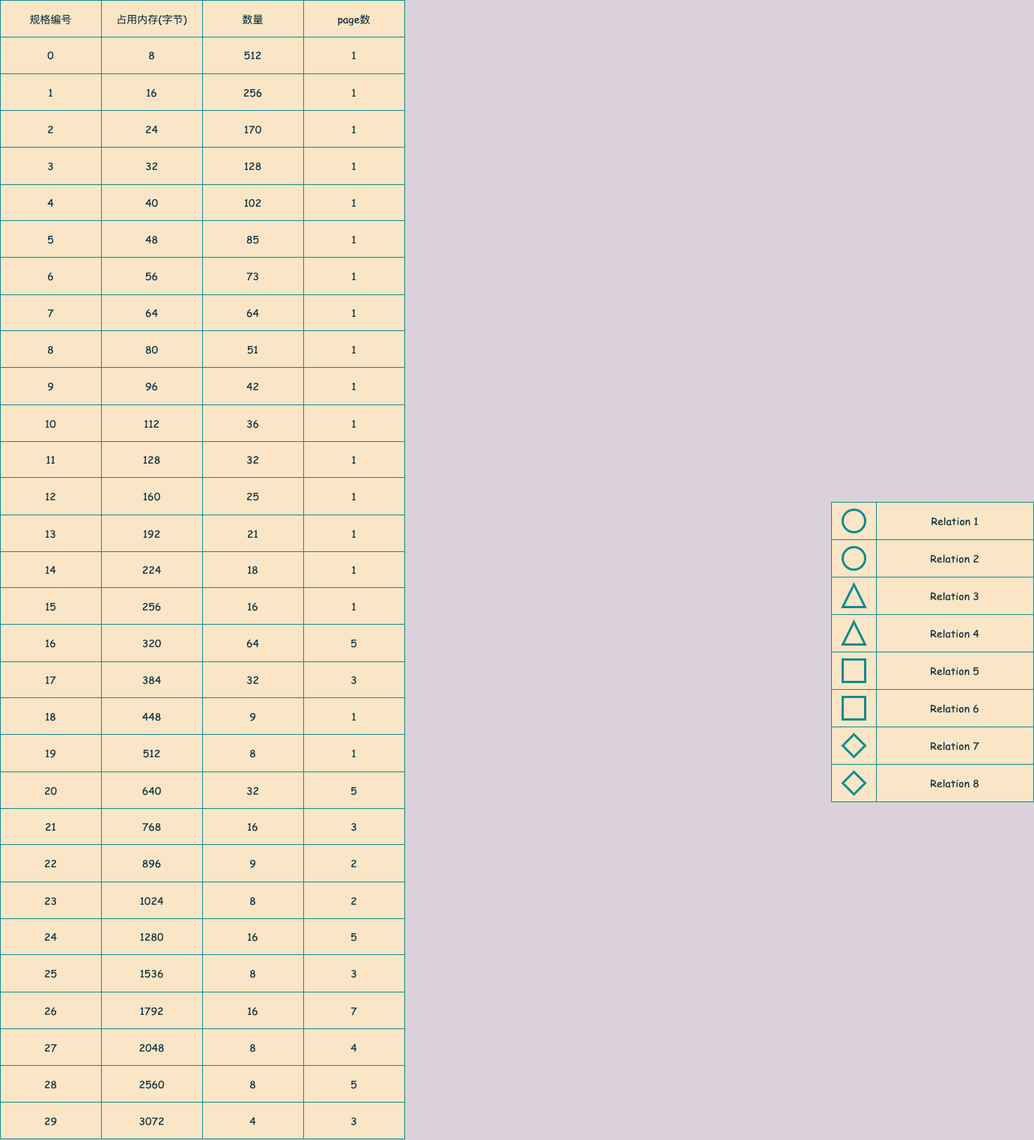
This is php-small内存规格.png from 350258655/image, a draw.io export, as it was before one commit. Source tidied: cells renumbered, new cells last; positions are measured from the earlier drawing's top-left corner, leaving out a move shared by most shapes.
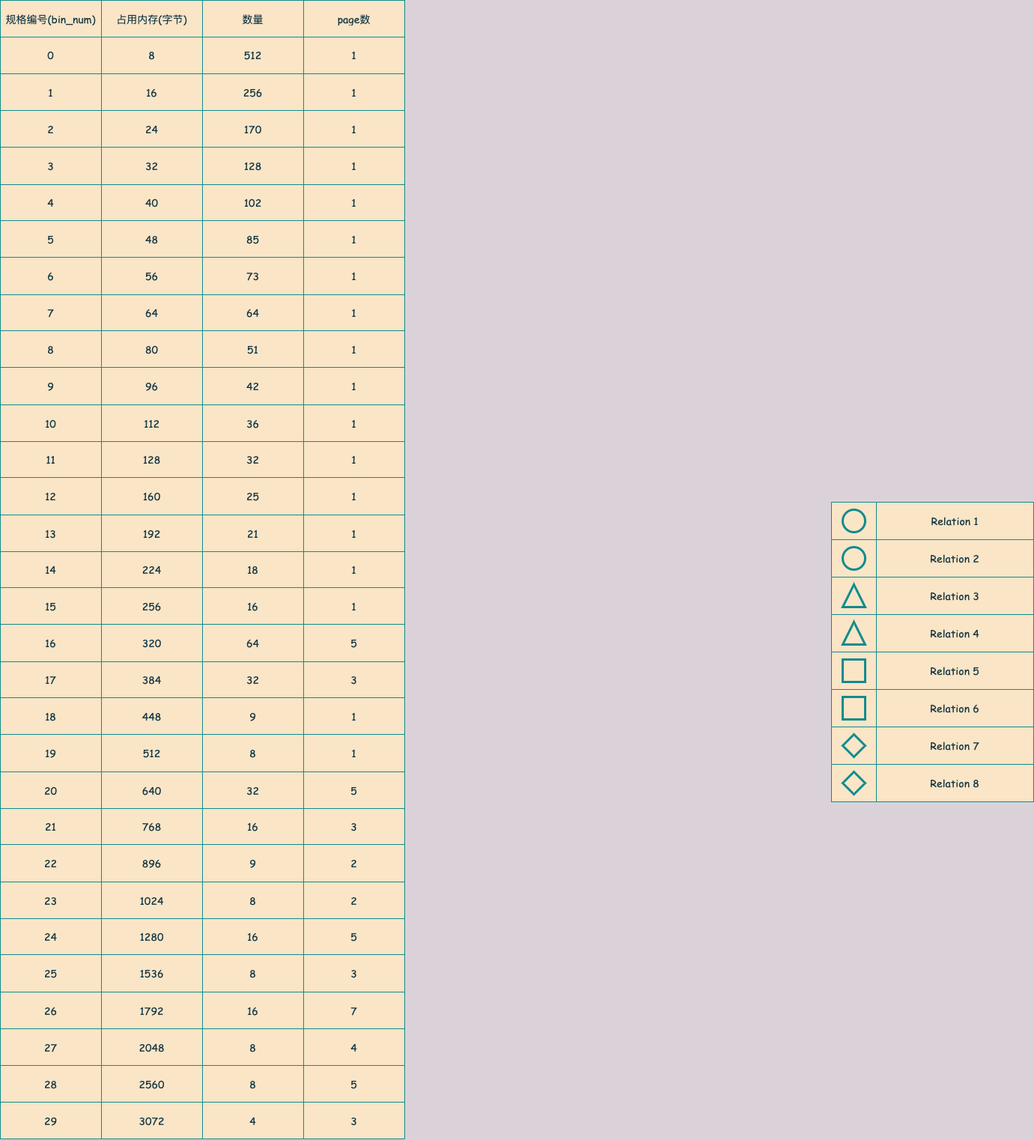
Above is the later version.

Commit message:
更新php-small内存规格.png

Change to the diagram source:
```diff
@@ -80,7 +80,7 @@
     <mxCell id="27" style="shape=partialRectangle;html=1;whiteSpace=wrap;fillColor=none;top=0;left=0;bottom=0;right=0;fontFamily=Comic Sans MS;fontColor=#143642;fontSize=14;shadow=0;sketch=0;strokeColor=#0F8B8D;" parent="26" vertex="1">
       <mxGeometry width="540" height="49" as="geometry" />
     </mxCell>
-    <mxCell id="28" value="&lt;font style=&quot;font-size: 14px;&quot;&gt;规格编号&lt;/font&gt;" style="shape=partialRectangle;html=1;whiteSpace=wrap;fillColor=none;top=0;left=0;bottom=0;right=0;overflow=hidden;fontFamily=Comic Sans MS;fontColor=#143642;fontSize=14;shadow=0;sketch=0;strokeColor=#0F8B8D;" parent="27" vertex="1">
+    <mxCell id="28" value="&lt;font style=&quot;font-size: 14px&quot;&gt;规格编号(bin_num)&lt;/font&gt;" style="shape=partialRectangle;html=1;whiteSpace=wrap;fillColor=none;top=0;left=0;bottom=0;right=0;overflow=hidden;fontFamily=Comic Sans MS;fontColor=#143642;fontSize=14;shadow=0;sketch=0;strokeColor=#0F8B8D;" parent="27" vertex="1">
       <mxGeometry width="135" height="49" as="geometry" />
     </mxCell>
     <mxCell id="29" value="占用内存(字节)" style="shape=partialRectangle;html=1;whiteSpace=wrap;fillColor=none;top=0;left=0;bottom=0;right=0;overflow=hidden;fontFamily=Comic Sans MS;fontColor=#143642;fontSize=14;shadow=0;sketch=0;strokeColor=#0F8B8D;" parent="27" vertex="1">
```
